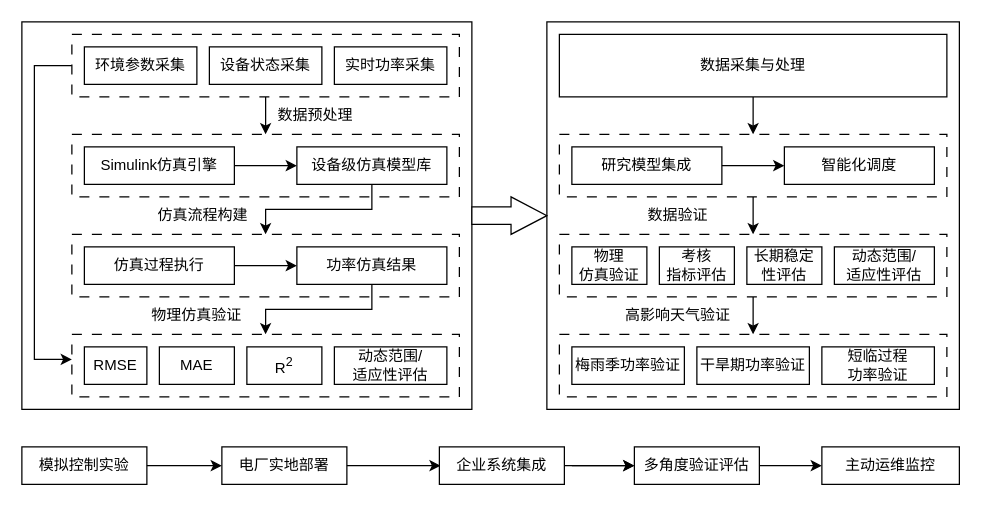
fourmia/Note keeps this draw.io diagram as 课题4.drawio. Above is the earlier version. Source tidied: cells renumbered, new cells numbered last; positions are measured from the earlier drawing's top-left corner, leaving out a move shared by most shapes. Both pictures are drawn from the tidied source at 125%, with x=0, y=0 at pixel (21, 21).
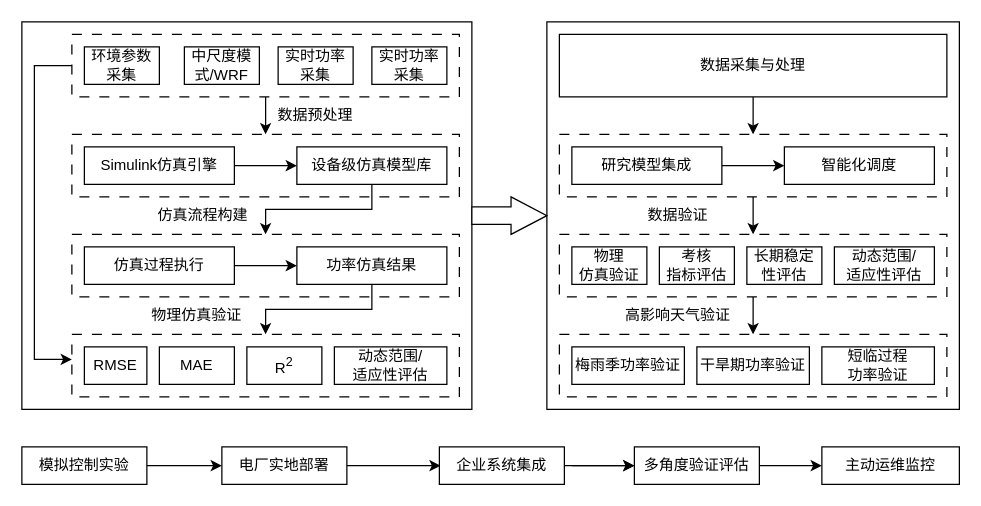
After the change.

Diff of the diagram source:
```diff
@@
     <mxCell id="7" value="环境参数采集" style="rounded=0;whiteSpace=wrap;html=1;" parent="1" vertex="1">
-      <mxGeometry x="50" y="20" width="90" height="30" as="geometry" />
+      <mxGeometry x="50" y="20" width="60" height="30" as="geometry" />
     </mxCell>
-    <mxCell id="8" value="设备状态采集" style="rounded=0;whiteSpace=wrap;html=1;" parent="1" vertex="1">
-      <mxGeometry x="150" y="20" width="90" height="30" as="geometry" />
+    <mxCell id="8" value="中尺度模式/WRF" style="rounded=0;whiteSpace=wrap;html=1;" parent="1" vertex="1">
+      <mxGeometry x="130" y="20" width="60" height="30" as="geometry" />
     </mxCell>
@@
     <mxCell id="10" value="实时功率采集" style="rounded=0;whiteSpace=wrap;html=1;" parent="1" vertex="1">
-      <mxGeometry x="250" y="20" width="90" height="30" as="geometry" />
+      <mxGeometry x="280" y="20" width="60" height="30" as="geometry" />
     </mxCell>
@@
+    <mxCell id="58" value="实时功率采集" style="rounded=0;whiteSpace=wrap;html=1;" parent="1" vertex="1">
+      <mxGeometry x="205" y="20" width="60" height="30" as="geometry" />
+    </mxCell>
```
